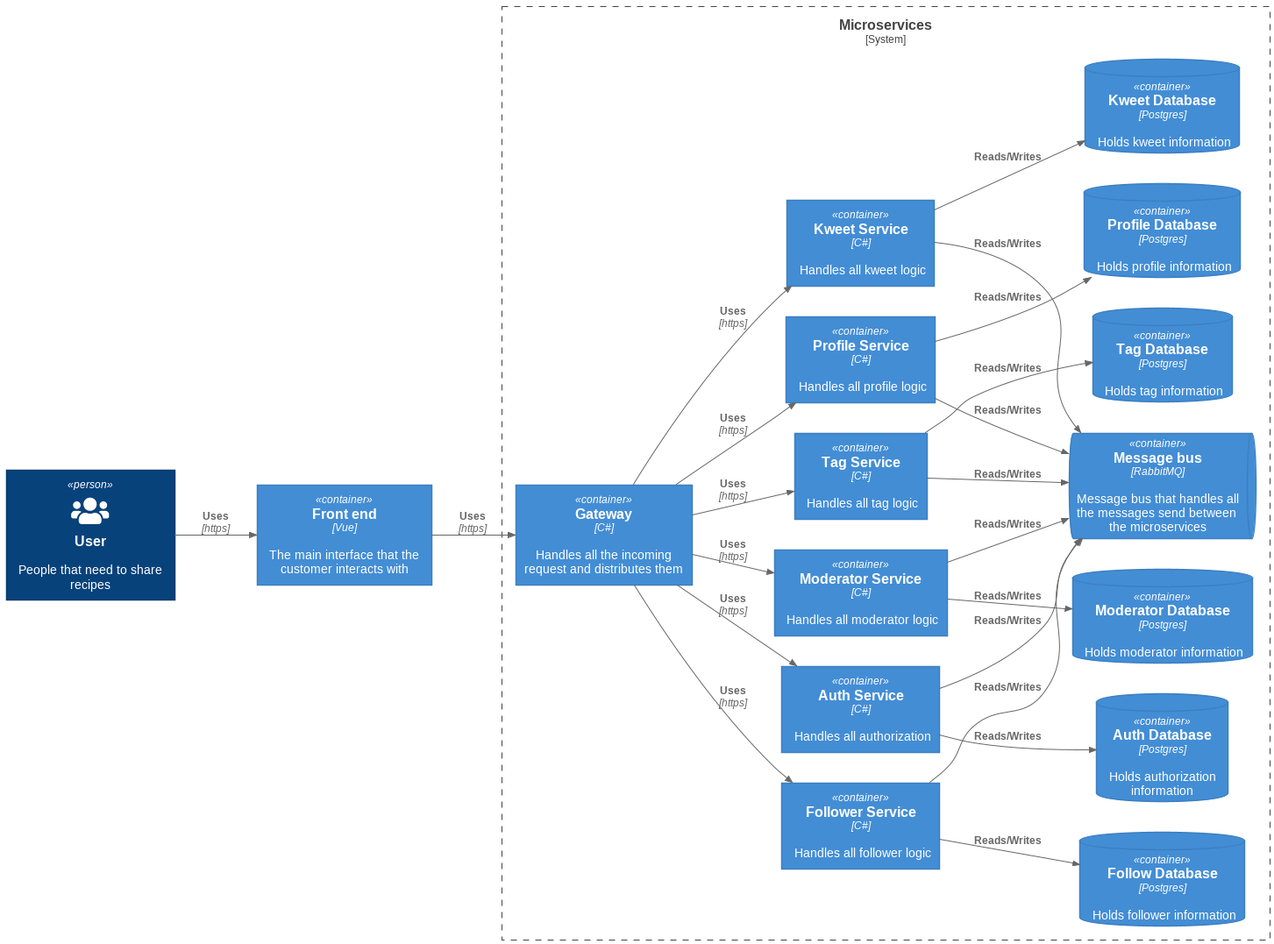
Before: Doc/C4-model-2.png, a diagram exported from PlantUML (tobinstultiens/sharerecipe).
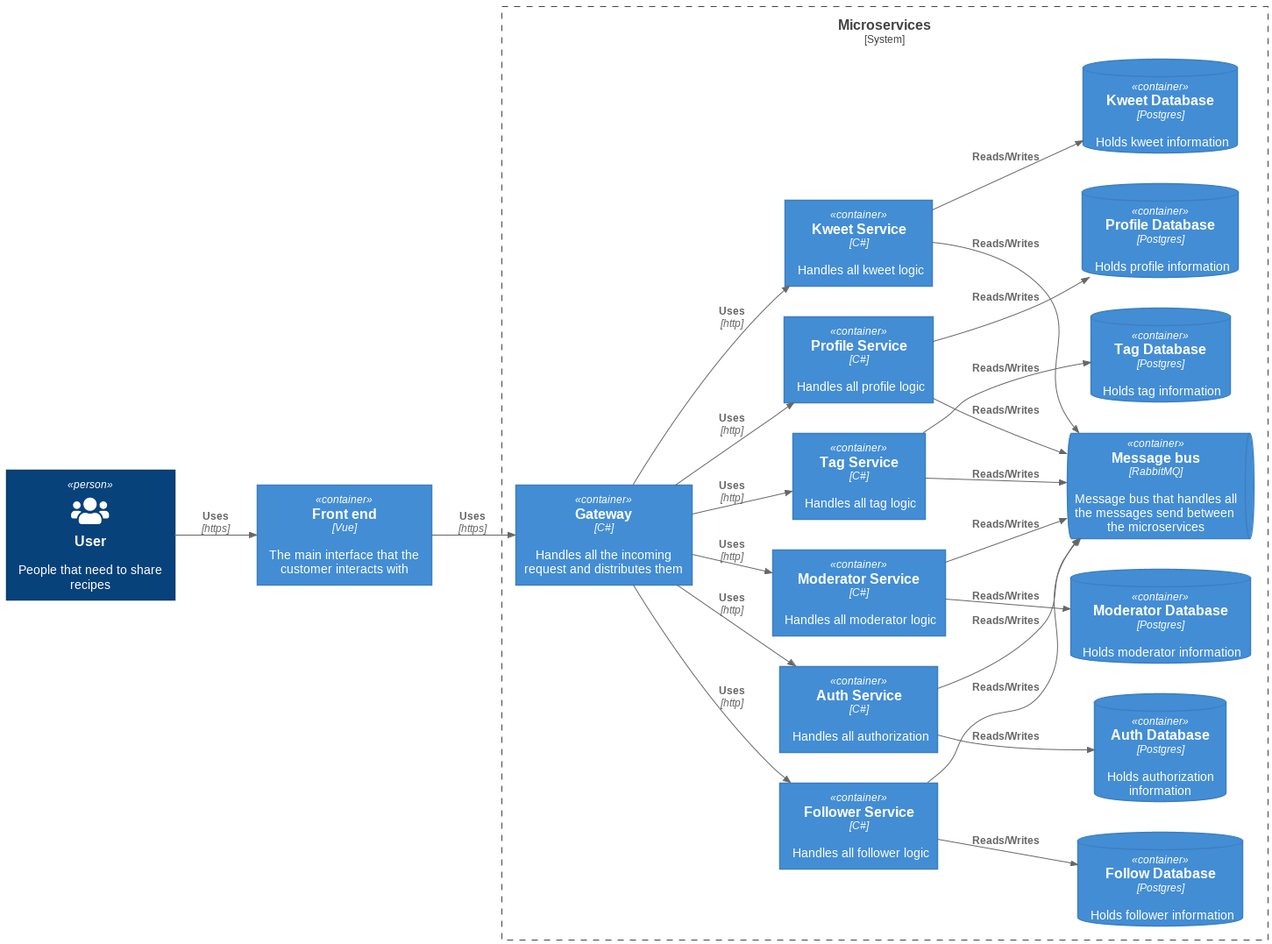
The same diagram one commit later.

Commit message:
Removed https from internal network

Diff of the diagram source:
```diff
@@ -30,12 +30,12 @@
 Rel(user, spa, "Uses", "https")
 Rel(spa, gateway, "Uses", "https")
 
-Rel(gateway, authapi, "Uses", "https")
-Rel(gateway, followapi, "Uses", "https")
-Rel(gateway, modapi, "Uses", "https")
-Rel(gateway, kweetapi, "Uses", "https")
-Rel(gateway, profileapi, "Uses", "https")
-Rel(gateway, tagapi, "Uses", "https")
+Rel(gateway, authapi, "Uses", "http")
+Rel(gateway, followapi, "Uses", "http")
+Rel(gateway, modapi, "Uses", "http")
+Rel(gateway, kweetapi, "Uses", "http")
+Rel(gateway, profileapi, "Uses", "http")
+Rel(gateway, tagapi, "Uses", "http")
 
 Rel(authapi, authdb, "Reads/Writes")
 Rel(followapi, followdb, "Reads/Writes")
```
